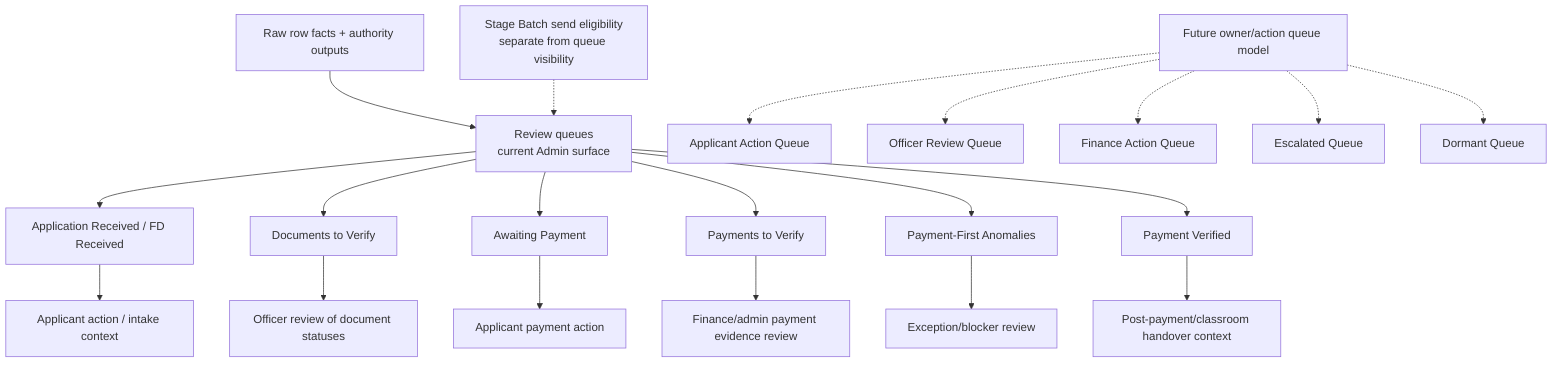
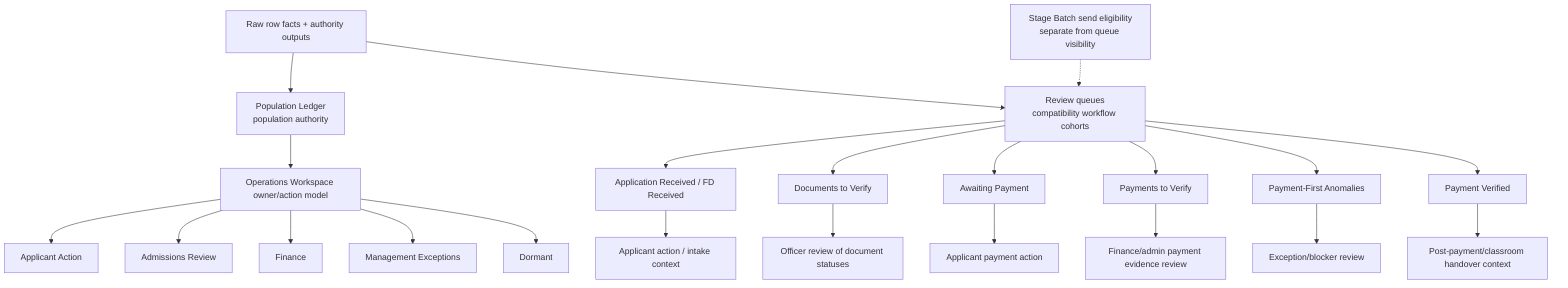
flowchart TD
-   A["Raw row facts + authority outputs"] --> B["Review queues<br/>current Admin surface"]
+   A["Raw row facts + authority outputs"] --> P["Population Ledger<br/>population authority"]
+   A --> B["Review queues<br/>compatibility workflow cohorts"]

  B --> C["Application Received / FD Received"]
  B --> D["Documents to Verify"]
  B --> E["Awaiting Payment"]
  B --> F["Payments to Verify"]
  B --> G["Payment-First Anomalies"]
  B --> H["Payment Verified"]

  C --> C1["Applicant action / intake context"]
  D --> D1["Officer review of document statuses"]
  E --> E1["Applicant payment action"]
  F --> F1["Finance/admin payment evidence review"]
  G --> G1["Exception/blocker review"]
  H --> H1["Post-payment/classroom handover context"]

-   I["Future owner/action queue model"] -.-> J["Applicant Action Queue"]
-   I -.-> K["Officer Review Queue"]
-   I -.-> L["Finance Action Queue"]
-   I -.-> M["Escalated Queue"]
-   I -.-> N["Dormant Queue"]
+   P --> I["Operations Workspace owner/action model"]
+   I --> J["Applicant Action"]
+   I --> K["Admissions Review"]
+   I --> L["Finance"]
+   I --> M["Management Exceptions"]
+   I --> N["Dormant"]

  O["Stage Batch send eligibility<br/>separate from queue visibility"] -.-> B
